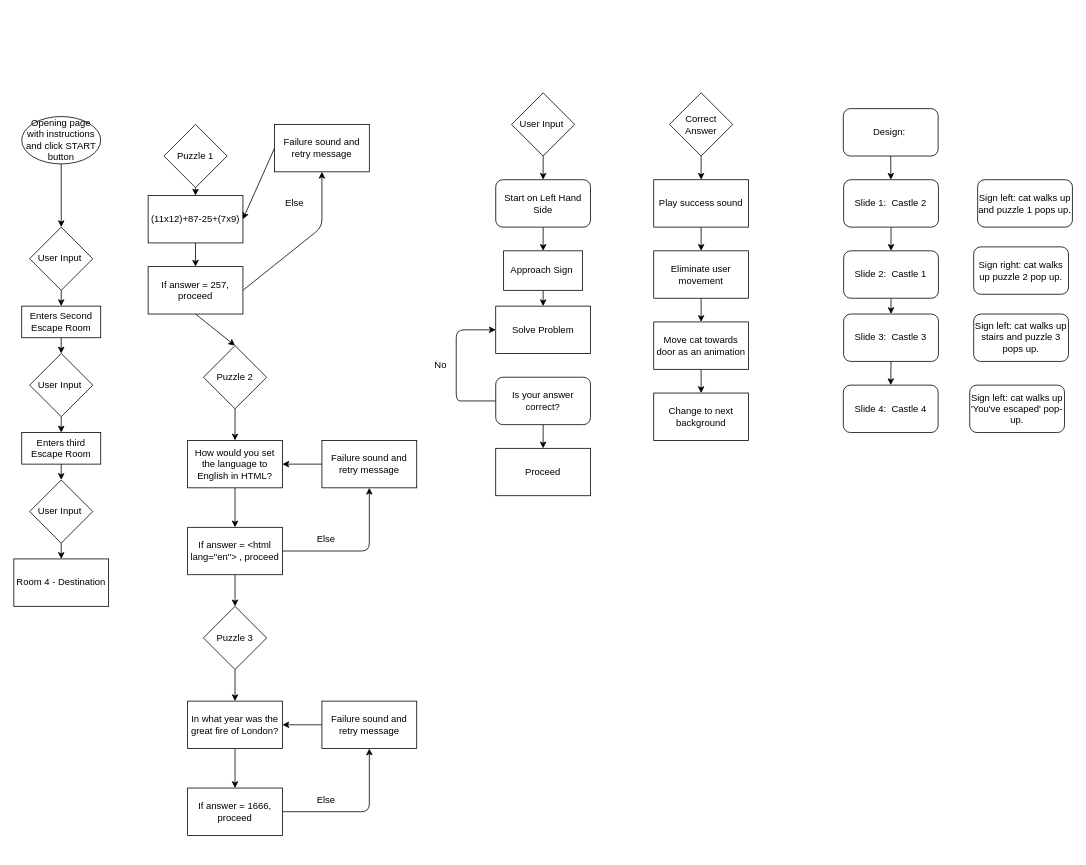
Above: escaperoom.drawio in SchoolOfCode/escape-room-hackathon-room-17 (draw.io), before the change. Source tidied: cells renumbered, new cells numbered last; positions are measured from the earlier drawing's top-left corner, leaving out a move shared by most shapes. Both pictures are drawn from the tidied source at 79%, with x=0, y=0 at pixel (13, 92).
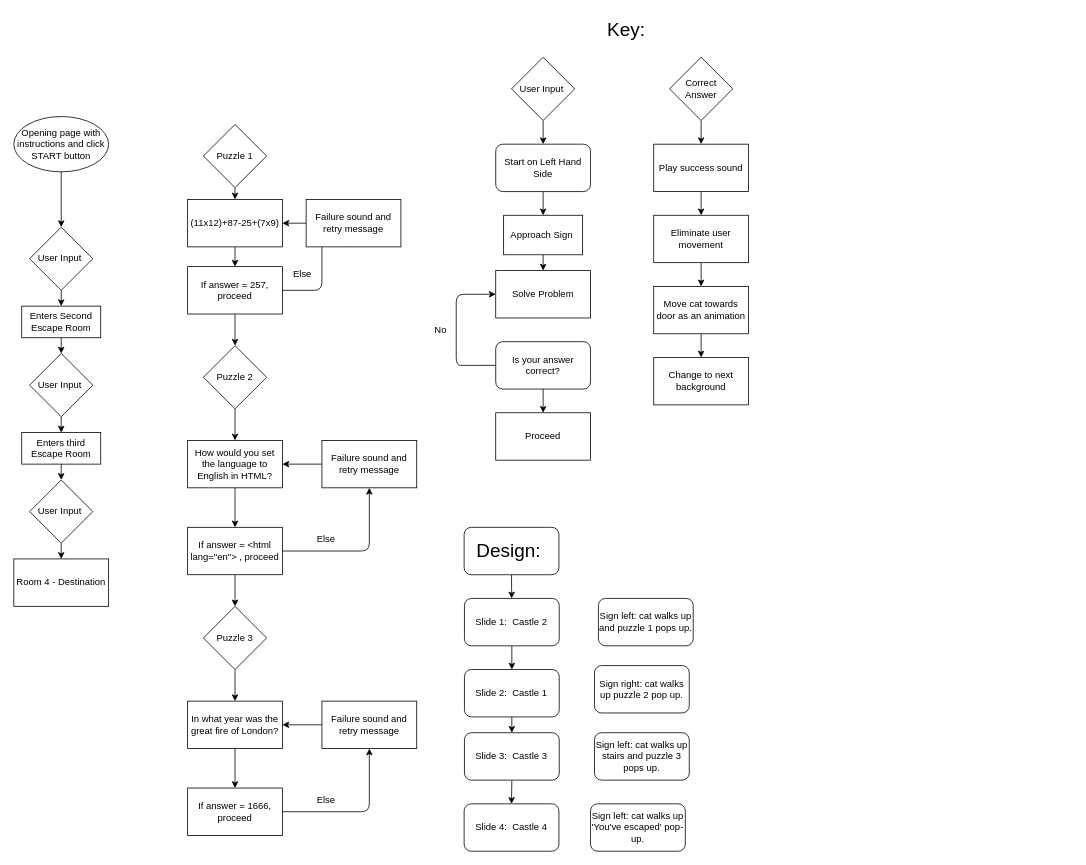
The same diagram, later.

What changed in the source:
```diff
@@
     <mxCell id="3" value="Opening page with instructions and click START button" style="ellipse;whiteSpace=wrap;html=1;" parent="1" vertex="1">
-      <mxGeometry x="10" y="30" width="100" height="60" as="geometry" />
+      <mxGeometry y="30" width="120" height="70" as="geometry" />
     </mxCell>
     <mxCell id="4" style="edgeStyle=none;html=1;exitX=0.5;exitY=1;exitDx=0;exitDy=0;" parent="1" edge="1" source="21">
       <mxGeometry relative="1" as="geometry">
-        <mxPoint x="670" y="110" as="targetPoint" />
+        <mxPoint x="670" y="65" as="targetPoint" />
       </mxGeometry>
     </mxCell>
     <mxCell id="5" style="edgeStyle=none;html=1;" parent="1" edge="1" source="6">
       <mxGeometry relative="1" as="geometry">
-        <mxPoint x="670" y="270" as="targetPoint" />
+        <mxPoint x="670" y="225" as="targetPoint" />
       </mxGeometry>
     </mxCell>
     <mxCell id="6" value="Approach Sign&amp;nbsp;" style="rounded=0;whiteSpace=wrap;html=1;" parent="1" vertex="1">
-      <mxGeometry x="620" y="200" width="100" height="50" as="geometry" />
+      <mxGeometry x="620" y="155" width="100" height="50" as="geometry" />
     </mxCell>
     <mxCell id="7" style="edgeStyle=none;html=1;exitX=0;exitY=0.5;exitDx=0;exitDy=0;entryX=0;entryY=0.5;entryDx=0;entryDy=0;" parent="1" edge="1" source="9" target="10">
       <mxGeometry relative="1" as="geometry">
         <Array as="points">
-          <mxPoint x="580" y="390" />
-          <mxPoint x="560" y="390" />
-          <mxPoint x="560" y="350" />
-          <mxPoint x="560" y="300" />
+          <mxPoint x="580" y="345" />
+          <mxPoint x="560" y="345" />
+          <mxPoint x="560" y="305" />
+          <mxPoint x="560" y="255" />
         </Array>
       </mxGeometry>
     </mxCell>
@@
     <mxCell id="9" value="Is your answer correct?" style="rounded=1;whiteSpace=wrap;html=1;" parent="1" vertex="1">
-      <mxGeometry x="610" y="360" width="120" height="60" as="geometry" />
+      <mxGeometry x="610" y="315" width="120" height="60" as="geometry" />
     </mxCell>
     <mxCell id="10" value="Solve Problem" style="rounded=0;whiteSpace=wrap;html=1;" parent="1" vertex="1">
-      <mxGeometry x="610" y="270" width="120" height="60" as="geometry" />
+      <mxGeometry x="610" y="225" width="120" height="60" as="geometry" />
     </mxCell>
@@
     <mxCell id="21" value="User Input&amp;nbsp;" style="rhombus;whiteSpace=wrap;html=1;" parent="1" vertex="1">
-      <mxGeometry x="630" width="80" height="80" as="geometry" />
+      <mxGeometry x="630" y="-45" width="80" height="80" as="geometry" />
     </mxCell>
     <mxCell id="22" value="No" style="text;html=1;align=center;verticalAlign=middle;strokeColor=none;fillColor=none;" parent="1" vertex="1">
-      <mxGeometry x="520" y="330" width="40" height="30" as="geometry" />
+      <mxGeometry x="520" y="285" width="40" height="30" as="geometry" />
     </mxCell>
@@
     <mxCell id="25" value="Puzzle 1" style="rhombus;whiteSpace=wrap;html=1;" parent="1" vertex="1">
-      <mxGeometry x="190" y="40" width="80" height="80" as="geometry" />
+      <mxGeometry x="240" y="40" width="80" height="80" as="geometry" />
     </mxCell>
@@
     <mxCell id="27" value="(11x12)+87-25+(7x9)" style="rounded=0;whiteSpace=wrap;html=1;" parent="1" vertex="1">
-      <mxGeometry x="170" y="130" width="120" height="60" as="geometry" />
+      <mxGeometry x="220" y="135" width="120" height="60" as="geometry" />
     </mxCell>
     <mxCell id="28" style="edgeStyle=none;html=1;exitX=1;exitY=0.5;exitDx=0;exitDy=0;entryX=0.5;entryY=1;entryDx=0;entryDy=0;" parent="1" edge="1" source="30" target="32">
       <mxGeometry relative="1" as="geometry">
         <Array as="points">
+          <mxPoint x="390" y="250" />
           <mxPoint x="390" y="170" />
         </Array>
       </mxGeometry>
     </mxCell>
@@
     <mxCell id="30" value="If answer = 257, proceed" style="rounded=0;whiteSpace=wrap;html=1;" parent="1" vertex="1">
-      <mxGeometry x="170" y="220" width="120" height="60" as="geometry" />
+      <mxGeometry x="220" y="220" width="120" height="60" as="geometry" />
     </mxCell>
@@
     <mxCell id="32" value="Failure sound and retry message" style="rounded=0;whiteSpace=wrap;html=1;" parent="1" vertex="1">
-      <mxGeometry x="330" y="40" width="120" height="60" as="geometry" />
+      <mxGeometry x="370" y="135" width="120" height="60" as="geometry" />
     </mxCell>
     <mxCell id="33" value="Else" style="text;html=1;align=center;verticalAlign=middle;strokeColor=none;fillColor=none;" parent="1" vertex="1">
-      <mxGeometry x="330" y="125" width="50" height="30" as="geometry" />
+      <mxGeometry x="340" y="215" width="50" height="30" as="geometry" />
     </mxCell>
     <mxCell id="34" value="Proceed&lt;br&gt;" style="rounded=0;whiteSpace=wrap;html=1;" parent="1" vertex="1">
-      <mxGeometry x="610" y="450" width="120" height="60" as="geometry" />
+      <mxGeometry x="610" y="405" width="120" height="60" as="geometry" />
     </mxCell>
@@
     <mxCell id="55" value="Correct Answer" style="rhombus;whiteSpace=wrap;html=1;" parent="1" vertex="1">
-      <mxGeometry x="830" width="80" height="80" as="geometry" />
+      <mxGeometry x="830" y="-45" width="80" height="80" as="geometry" />
     </mxCell>
     <mxCell id="56" style="edgeStyle=none;html=1;exitX=0.5;exitY=1;exitDx=0;exitDy=0;" parent="1" edge="1" source="57">
       <mxGeometry relative="1" as="geometry">
-        <mxPoint x="870" y="200" as="targetPoint" />
+        <mxPoint x="870" y="155" as="targetPoint" />
       </mxGeometry>
     </mxCell>
     <mxCell id="57" value="Play success sound" style="rounded=0;whiteSpace=wrap;html=1;" parent="1" vertex="1">
-      <mxGeometry x="810" y="110" width="120" height="60" as="geometry" />
+      <mxGeometry x="810" y="65" width="120" height="60" as="geometry" />
     </mxCell>
@@
     <mxCell id="59" value="Start on Left Hand Side" style="rounded=1;whiteSpace=wrap;html=1;" parent="1" vertex="1">
-      <mxGeometry x="610" y="110" width="120" height="60" as="geometry" />
+      <mxGeometry x="610" y="65" width="120" height="60" as="geometry" />
     </mxCell>
     <mxCell id="60" style="edgeStyle=none;html=1;exitX=0.5;exitY=1;exitDx=0;exitDy=0;" parent="1" edge="1" source="61">
       <mxGeometry relative="1" as="geometry">
-        <mxPoint x="870" y="290" as="targetPoint" />
+        <mxPoint x="870" y="245" as="targetPoint" />
       </mxGeometry>
     </mxCell>
     <mxCell id="61" value="Eliminate user movement" style="rounded=0;whiteSpace=wrap;html=1;" parent="1" vertex="1">
-      <mxGeometry x="810" y="200" width="120" height="60" as="geometry" />
+      <mxGeometry x="810" y="155" width="120" height="60" as="geometry" />
     </mxCell>
@@
     <mxCell id="63" value="Move cat towards door as an animation" style="rounded=0;whiteSpace=wrap;html=1;" parent="1" vertex="1">
-      <mxGeometry x="810" y="290" width="120" height="60" as="geometry" />
+      <mxGeometry x="810" y="245" width="120" height="60" as="geometry" />
     </mxCell>
     <mxCell id="64" value="Change to next background" style="rounded=0;whiteSpace=wrap;html=1;" parent="1" vertex="1">
-      <mxGeometry x="810" y="380" width="120" height="60" as="geometry" />
+      <mxGeometry x="810" y="335" width="120" height="60" as="geometry" />
     </mxCell>
@@
-    <mxCell id="66" value="Design:&amp;nbsp;" style="rounded=1;whiteSpace=wrap;html=1;" parent="1" vertex="1">
-      <mxGeometry x="1050" y="20" width="120" height="60" as="geometry" />
+    <mxCell id="66" value="&lt;font style=&quot;font-size: 24px;&quot;&gt;Design:&amp;nbsp;&lt;/font&gt;" style="rounded=1;whiteSpace=wrap;html=1;" parent="1" vertex="1">
+      <mxGeometry x="570" y="550" width="120" height="60" as="geometry" />
     </mxCell>
@@
     <mxCell id="68" value="Slide 1:&amp;nbsp; Castle 2" style="rounded=1;whiteSpace=wrap;html=1;" parent="1" vertex="1">
-      <mxGeometry x="1050.4" y="110" width="120" height="60" as="geometry" />
+      <mxGeometry x="570.4" y="640" width="120" height="60" as="geometry" />
     </mxCell>
@@
     <mxCell id="70" value="Slide 2:&amp;nbsp; Castle 1" style="rounded=1;whiteSpace=wrap;html=1;" parent="1" vertex="1">
-      <mxGeometry x="1050.4" y="200" width="120" height="60" as="geometry" />
+      <mxGeometry x="570.4" y="730" width="120" height="60" as="geometry" />
     </mxCell>
@@
     <mxCell id="72" value="Slide 3:&amp;nbsp; Castle 3" style="rounded=1;whiteSpace=wrap;html=1;" parent="1" vertex="1">
-      <mxGeometry x="1050.4" y="280" width="120" height="60" as="geometry" />
+      <mxGeometry x="570.4" y="810" width="120" height="60" as="geometry" />
     </mxCell>
     <mxCell id="73" value="Slide 4:&amp;nbsp; Castle 4" style="rounded=1;whiteSpace=wrap;html=1;" parent="1" vertex="1">
-      <mxGeometry x="1050" y="370" width="120" height="60" as="geometry" />
+      <mxGeometry x="570" y="900" width="120" height="60" as="geometry" />
     </mxCell>
     <mxCell id="74" value="Sign left: cat walks up and puzzle 1 pops up." style="rounded=1;whiteSpace=wrap;html=1;" parent="1" vertex="1">
-      <mxGeometry x="1220" y="110" width="120" height="60" as="geometry" />
+      <mxGeometry x="740" y="640" width="120" height="60" as="geometry" />
     </mxCell>
     <mxCell id="75" value="Sign right: cat walks up puzzle 2 pop up." style="rounded=1;whiteSpace=wrap;html=1;" parent="1" vertex="1">
-      <mxGeometry x="1215" y="195" width="120" height="60" as="geometry" />
+      <mxGeometry x="735" y="725" width="120" height="60" as="geometry" />
     </mxCell>
     <mxCell id="76" value="Sign left: cat walks up stairs and puzzle 3 pops up." style="rounded=1;whiteSpace=wrap;html=1;" parent="1" vertex="1">
-      <mxGeometry x="1215" y="280" width="120" height="60" as="geometry" />
+      <mxGeometry x="735" y="810" width="120" height="60" as="geometry" />
     </mxCell>
     <mxCell id="77" value="Sign left: cat walks up 'You've escaped' pop-up." style="rounded=1;whiteSpace=wrap;html=1;" parent="1" vertex="1">
-      <mxGeometry x="1210" y="370" width="120" height="60" as="geometry" />
+      <mxGeometry x="730" y="900" width="120" height="60" as="geometry" />
     </mxCell>
+    <mxCell id="78" value="&lt;font style=&quot;font-size: 24px;&quot;&gt;Key:&lt;/font&gt;" style="text;html=1;align=center;verticalAlign=middle;strokeColor=none;fillColor=none;" parent="1" vertex="1">
+      <mxGeometry x="740" y="-100" width="70" height="40" as="geometry" />
+    </mxCell>
```
